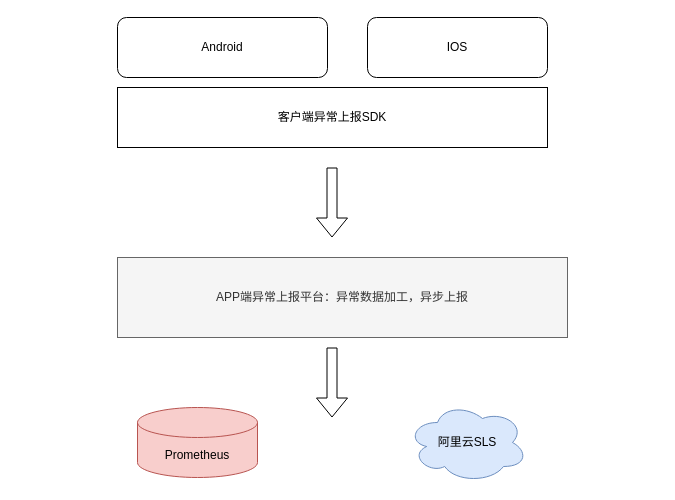
Above: miyuan/APP终端上报架构.drawio in smallleaf/draw.io (draw.io), before the change. Source tidied: cells renumbered, new cells numbered last; positions are measured from the earlier drawing's top-left corner, leaving out a move shared by most shapes. Both pictures are drawn from the tidied source at 100%, with x=0, y=0 at pixel (117, 17).
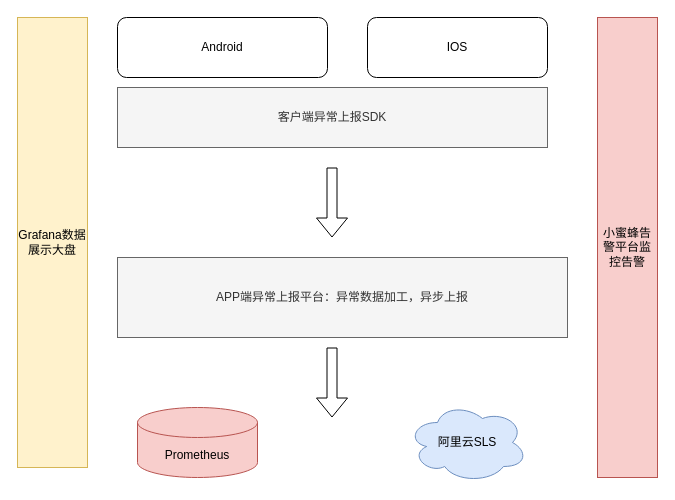
The same page after the edit.

Commit message (it also covers changes not shown here):
更新APP终端上报架构.drawio

Change to the diagram source:
```diff
@@
 <mxGraphModel>
   <root>
     <mxCell id="0" />
     <mxCell id="1" parent="0" />
     <mxCell id="2" value="Prometheus" style="shape=cylinder3;whiteSpace=wrap;html=1;boundedLbl=1;backgroundOutline=1;size=15;fillColor=#f8cecc;strokeColor=#b85450;" parent="1" vertex="1">
       <mxGeometry x="20" y="390" width="120" height="70" as="geometry" />
     </mxCell>
     <mxCell id="3" value="阿里云SLS" style="ellipse;shape=cloud;whiteSpace=wrap;html=1;fillColor=#dae8fc;strokeColor=#6c8ebf;" parent="1" vertex="1">
       <mxGeometry x="290" y="385" width="120" height="80" as="geometry" />
     </mxCell>
     <mxCell id="4" value="APP端异常上报平台：异常数据加工，异步上报" style="rounded=0;whiteSpace=wrap;html=1;fillColor=#f5f5f5;fontColor=#333333;strokeColor=#666666;" parent="1" vertex="1">
       <mxGeometry y="240" width="450" height="80" as="geometry" />
     </mxCell>
     <mxCell id="5" style="shape=flexArrow;endArrow=classic;html=1;rounded=0;" parent="1" edge="1">
       <mxGeometry relative="1" as="geometry">
         <mxPoint x="214.5" y="330" as="sourcePoint" />
         <mxPoint x="214.5" y="400" as="targetPoint" />
       </mxGeometry>
     </mxCell>
     <mxCell id="6" value="Android" style="rounded=1;whiteSpace=wrap;html=1;" parent="1" vertex="1">
       <mxGeometry width="210" height="60" as="geometry" />
     </mxCell>
     <mxCell id="7" value="IOS" style="rounded=1;whiteSpace=wrap;html=1;" parent="1" vertex="1">
       <mxGeometry x="250" width="180" height="60" as="geometry" />
     </mxCell>
-    <mxCell id="8" value="客户端异常上报SDK" style="rounded=0;whiteSpace=wrap;html=1;" parent="1" vertex="1">
+    <mxCell id="8" value="客户端异常上报SDK" style="rounded=0;whiteSpace=wrap;html=1;fillColor=#f5f5f5;fontColor=#333333;strokeColor=#666666;" parent="1" vertex="1">
       <mxGeometry y="70" width="430" height="60" as="geometry" />
     </mxCell>
     <mxCell id="9" style="shape=flexArrow;endArrow=classic;html=1;rounded=0;" parent="1" edge="1">
       <mxGeometry relative="1" as="geometry">
         <mxPoint x="214.5" y="150" as="sourcePoint" />
         <mxPoint x="214.5" y="220" as="targetPoint" />
       </mxGeometry>
     </mxCell>
+    <mxCell id="10" value="Grafana数据展示大盘" style="rounded=0;whiteSpace=wrap;html=1;fillColor=#fff2cc;strokeColor=#d6b656;" parent="1" vertex="1">
+      <mxGeometry x="-100" width="70" height="450" as="geometry" />
+    </mxCell>
+    <mxCell id="11" value="小蜜蜂告警平台监控告警" style="rounded=0;whiteSpace=wrap;html=1;fillColor=#f8cecc;strokeColor=#b85450;" parent="1" vertex="1">
+      <mxGeometry x="480" width="60" height="460" as="geometry" />
+    </mxCell>
   </root>
 </mxGraphModel>
```
